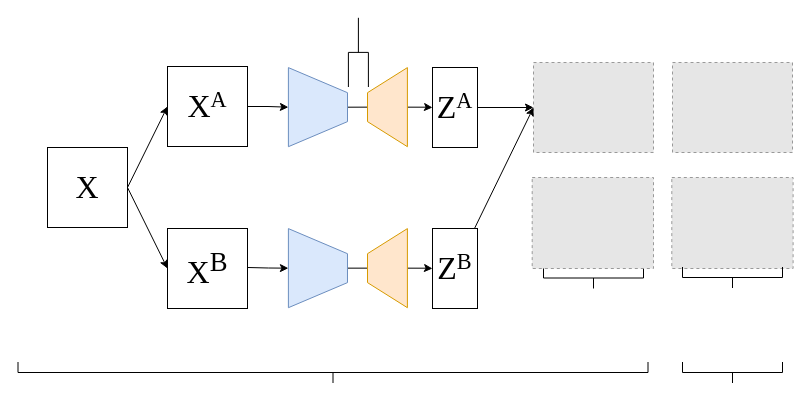
BenjaminSchaar/barlow_track keeps this draw.io diagram as page "no_text" (2 of 2) of docs/BarlowTrack.drawio. Above is the earlier version. Source tidied: cells renumbered, new cells numbered last; positions are measured from the earlier drawing's top-left corner, leaving out a move shared by most shapes. Both pictures are drawn from the tidied source at 100%, with x=0, y=0 at pixel (47, 42). Pictures stored in the file or linked from it are replaced by grey dashed boxes.
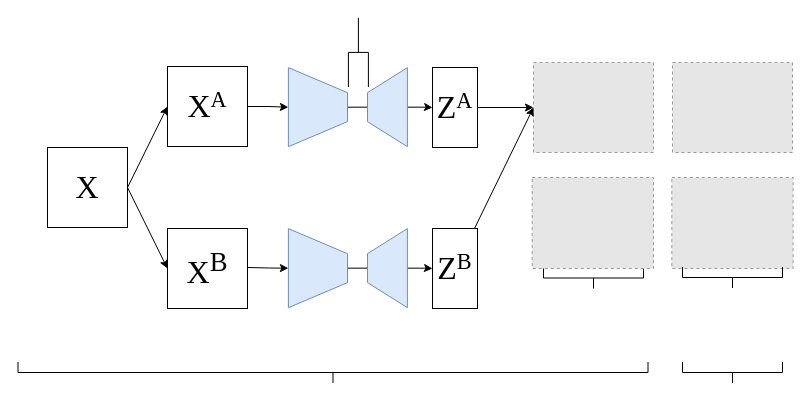
Above is the later version.

The edit, as a diff of the source:
```diff
@@
-    <mxCell id="11" style="shape=trapezoid;perimeter=trapezoidPerimeter;whiteSpace=wrap;html=1;fixedSize=1;size=25.089999999999918;rotation=-90;fillColor=#ffe6cc;strokeColor=#d79b00;" parent="1" vertex="1">
+    <mxCell id="11" style="shape=trapezoid;perimeter=trapezoidPerimeter;whiteSpace=wrap;html=1;fixedSize=1;size=25.089999999999918;rotation=-90;fillColor=#dae8fc;strokeColor=#6c8ebf;" parent="1" vertex="1">
       <mxGeometry x="300.4" y="44.7" width="79.1" height="39.9" as="geometry" />
     </mxCell>
@@
-    <mxCell id="23" style="shape=trapezoid;perimeter=trapezoidPerimeter;whiteSpace=wrap;html=1;fixedSize=1;size=25.089999999999918;rotation=-90;fillColor=#ffe6cc;strokeColor=#d79b00;" parent="1" vertex="1">
+    <mxCell id="23" style="shape=trapezoid;perimeter=trapezoidPerimeter;whiteSpace=wrap;html=1;fixedSize=1;size=25.089999999999918;rotation=-90;fillColor=#dae8fc;strokeColor=#6c8ebf;" parent="1" vertex="1">
       <mxGeometry x="300.4" y="205.7" width="79.1" height="39.9" as="geometry" />
     </mxCell>
```
